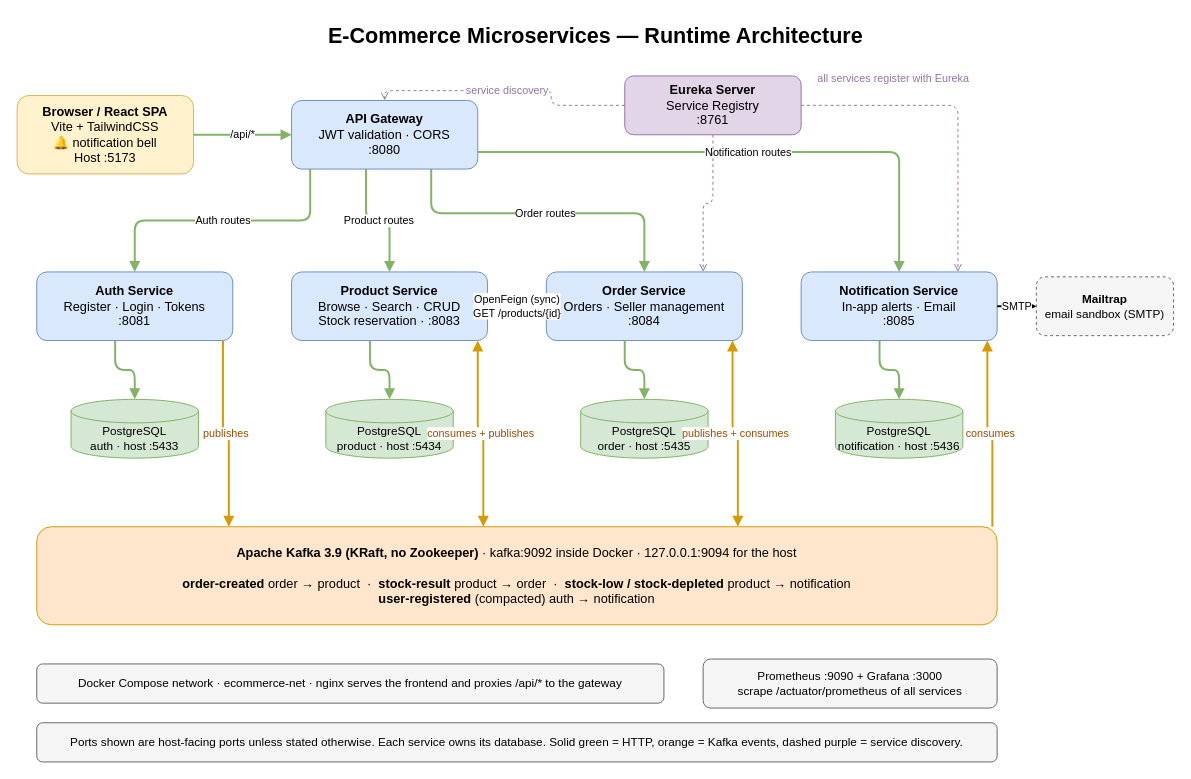
Earlier version of the draw.io diagram docs/diagrams/architecture.drawio (KhaldounDamach2/kh-ecommerce-microservices). Source tidied: cells renumbered, new cells numbered last; positions are measured from the earlier drawing's top-left corner, leaving out a move shared by most shapes. Both pictures are drawn from the tidied source at 98%, with x=0, y=0 at pixel (17, 17).
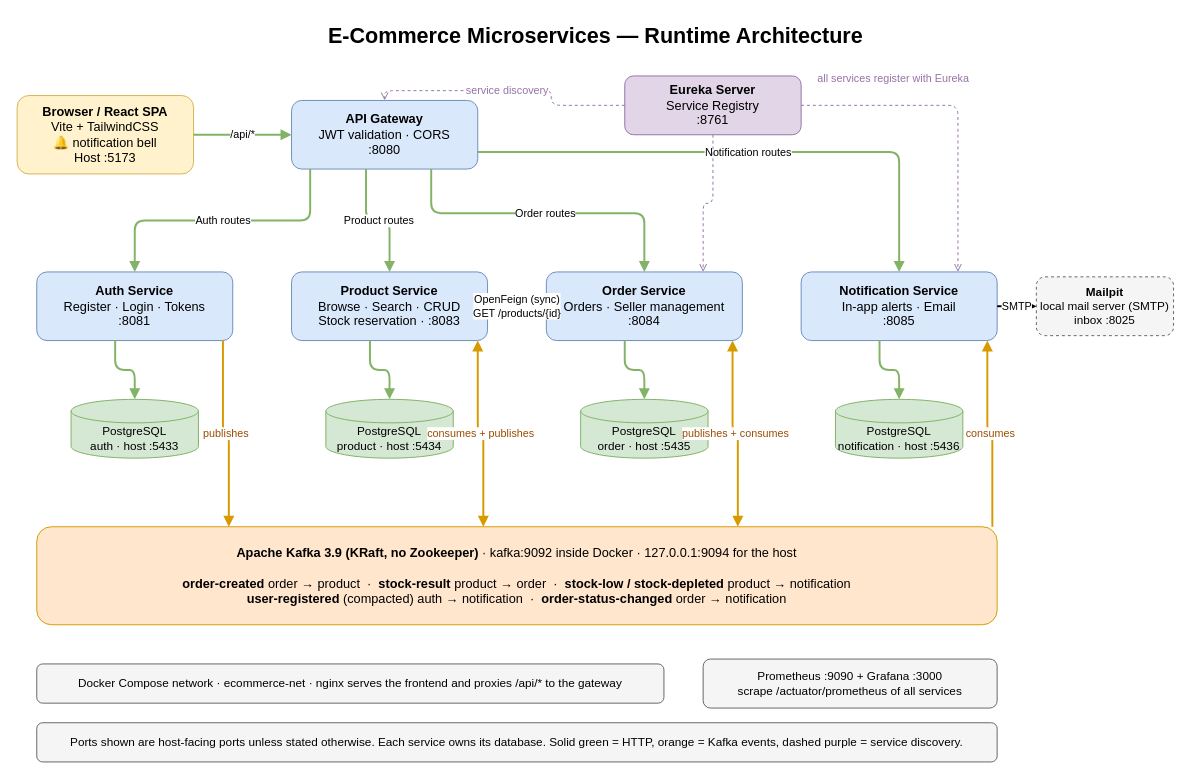
After the change.

Commit message (it also covers changes not shown here):
Step N5: tests and docs for order status notifications

Diff of the diagram source:
```diff
@@
-    <mxCell id="14" value="&lt;b&gt;Mailtrap&lt;/b&gt;&lt;br&gt;email sandbox (SMTP)" style="rounded=1;whiteSpace=wrap;html=1;fillColor=#f5f5f5;strokeColor=#666666;fontSize=12;dashed=1;" parent="1" vertex="1">
+    <mxCell id="14" value="&lt;b&gt;Mailpit&lt;/b&gt;&lt;br&gt;local mail server (SMTP)&lt;br&gt;inbox :8025" style="rounded=1;whiteSpace=wrap;html=1;fillColor=#f5f5f5;strokeColor=#666666;fontSize=12;dashed=1;" parent="1" vertex="1">
       <mxGeometry x="1040" y="265" width="140" height="60" as="geometry" />
     </mxCell>
-    <mxCell id="15" value="&lt;b&gt;Apache Kafka 3.9 (KRaft, no Zookeeper)&lt;/b&gt; · kafka:9092 inside Docker · 127.0.0.1:9094 for the host&lt;br&gt;&lt;br&gt;&lt;b&gt;order-created&lt;/b&gt; order → product &amp;nbsp;·&amp;nbsp; &lt;b&gt;stock-result&lt;/b&gt; product → order &amp;nbsp;·&amp;nbsp; &lt;b&gt;stock-low / stock-depleted&lt;/b&gt; product → notification&lt;br&gt;&lt;b&gt;user-registered&lt;/b&gt; (compacted) auth → notification" style="rounded=1;whiteSpace=wrap;html=1;fillColor=#ffe6cc;strokeColor=#d79b00;fontSize=13;" parent="1" vertex="1">
+    <mxCell id="15" value="&lt;b&gt;Apache Kafka 3.9 (KRaft, no Zookeeper)&lt;/b&gt; · kafka:9092 inside Docker · 127.0.0.1:9094 for the host&lt;br&gt;&lt;br&gt;&lt;b&gt;order-created&lt;/b&gt; order → product &amp;nbsp;·&amp;nbsp; &lt;b&gt;stock-result&lt;/b&gt; product → order &amp;nbsp;·&amp;nbsp; &lt;b&gt;stock-low / stock-depleted&lt;/b&gt; product → notification&lt;br&gt;&lt;b&gt;user-registered&lt;/b&gt; (compacted) auth → notification &amp;nbsp;·&amp;nbsp; &lt;b&gt;order-status-changed&lt;/b&gt; order → notification" style="rounded=1;whiteSpace=wrap;html=1;fillColor=#ffe6cc;strokeColor=#d79b00;fontSize=13;" parent="1" vertex="1">
       <mxGeometry x="20" y="520" width="980" height="100" as="geometry" />
     </mxCell>
```
